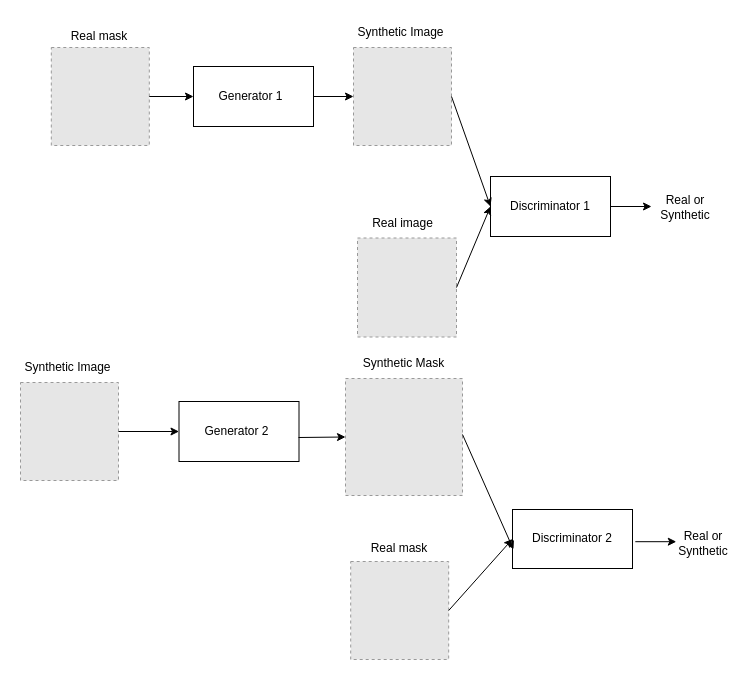
KamenDamov/IFT3710-Advanced-Project-in-ML-AI keeps this draw.io diagram as src/Cycle GAN.drawio. Above is the earlier version. Source tidied: cells renumbered, new cells numbered last; positions are measured from the earlier drawing's top-left corner, leaving out a move shared by most shapes. Both pictures are drawn from the tidied source at 100%, with x=0, y=0 at pixel (17, 17). Pictures stored in the file or linked from it are replaced by grey dashed boxes.
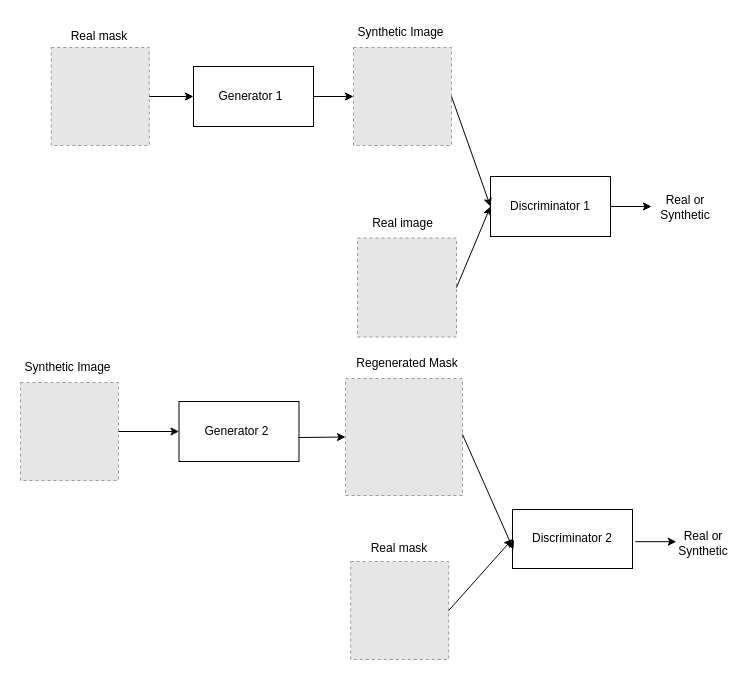
Above is the later version.

Change to the diagram source:
```diff
@@
-    <mxCell id="31" value="Synthetic Mask" style="text;html=1;align=center;verticalAlign=middle;whiteSpace=wrap;rounded=0;" parent="1" vertex="1">
-      <mxGeometry x="336" y="331" width="101" height="30" as="geometry" />
+    <mxCell id="31" value="Regenerated Mask" style="text;html=1;align=center;verticalAlign=middle;whiteSpace=wrap;rounded=0;" parent="1" vertex="1">
+      <mxGeometry x="315.5" y="331" width="148" height="30" as="geometry" />
     </mxCell>
```
